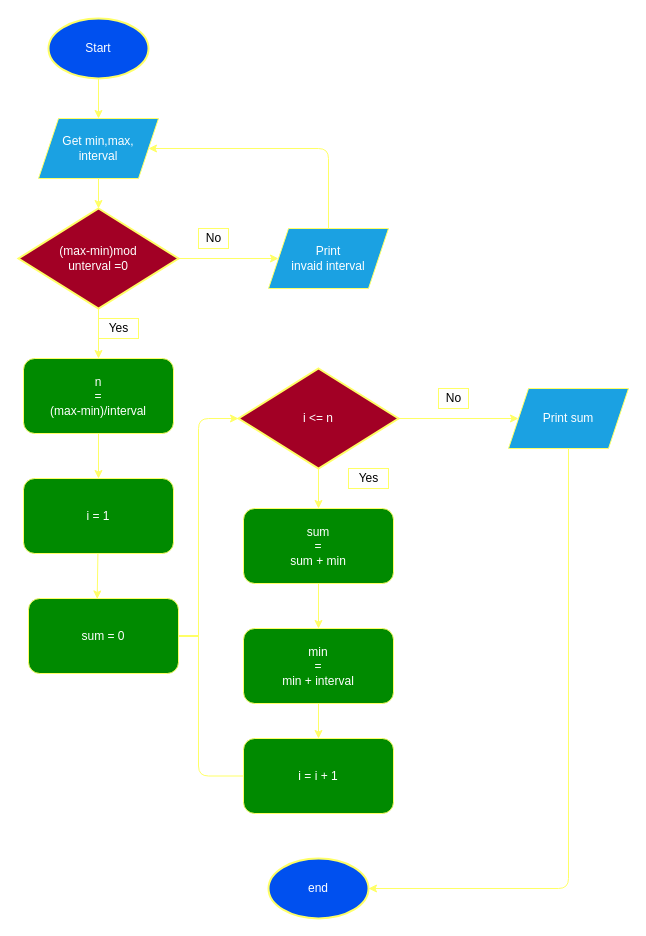
Above: Draw IO L01/work.drawio in Sonparun/Sonparun (draw.io), before the change. Source tidied: cells renumbered, new cells numbered last; positions are measured from the earlier drawing's top-left corner, leaving out a move shared by most shapes. Both pictures are drawn from the tidied source at 100%, with x=0, y=0 at pixel (18, 18).
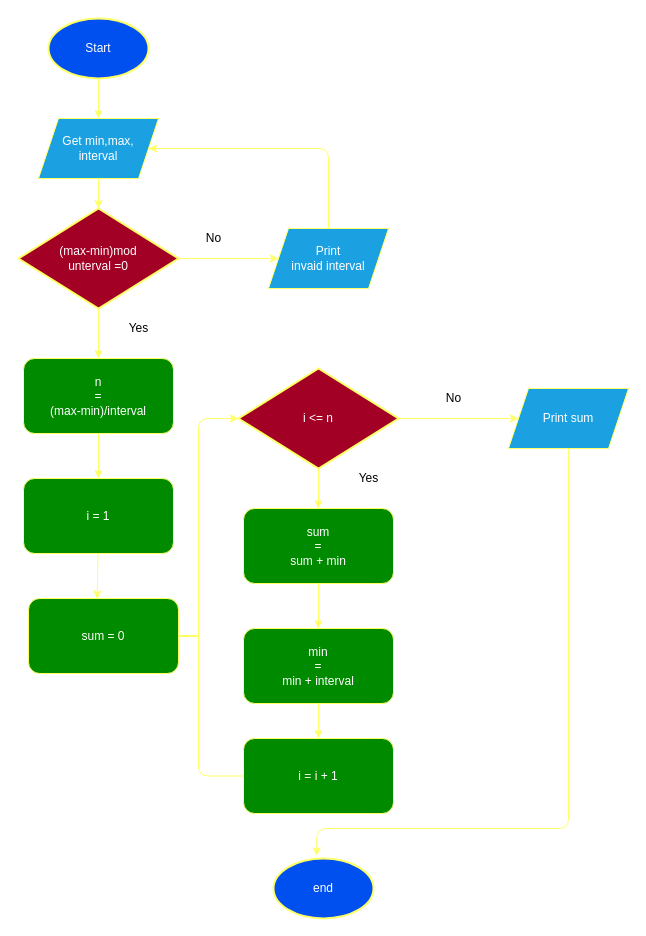
Above is the later version.

The change refers to these unchanged cells:
```xml
<mxCell id="8" value="Print sum" style="shape=parallelogram;perimeter=parallelogramPerimeter;whiteSpace=wrap;html=1;fixedSize=1;fillColor=#1ba1e2;fontColor=#ffffff;strokeColor=#FFFF66;" parent="1" vertex="1">
  <mxGeometry x="490" y="370" width="120" height="60" as="geometry" />
</mxCell>
```

What changed in the source:
```diff
@@
     <mxCell id="4" value="end" style="strokeWidth=2;html=1;shape=mxgraph.flowchart.start_1;whiteSpace=wrap;fillColor=#0050ef;fontColor=#ffffff;strokeColor=#FFFF66;" parent="1" vertex="1">
-      <mxGeometry x="250" y="840" width="100" height="60" as="geometry" />
+      <mxGeometry x="255" y="840" width="100" height="60" as="geometry" />
     </mxCell>
@@
-    <mxCell id="26" style="edgeStyle=segmentEdgeStyle;endArrow=classic;html=1;exitX=0.5;exitY=1;exitDx=0;exitDy=0;entryX=1;entryY=0.5;entryDx=0;entryDy=0;entryPerimeter=0;strokeColor=#FFFF66;" parent="1" edge="1" source="8" target="4">
+    <mxCell id="26" style="edgeStyle=segmentEdgeStyle;endArrow=classic;html=1;exitX=0.5;exitY=1;exitDx=0;exitDy=0;entryX=0.432;entryY=-0.044;entryDx=0;entryDy=0;entryPerimeter=0;strokeColor=#FFFF66;" parent="1" edge="1" source="8" target="4">
       <mxGeometry relative="1" as="geometry">
         <Array as="points">
-          <mxPoint x="550" y="870" />
+          <mxPoint x="550" y="810" />
+          <mxPoint x="298" y="810" />
         </Array>
       </mxGeometry>
     </mxCell>
@@
-    <mxCell id="30" value="Yes" style="text;html=1;align=center;verticalAlign=middle;strokeColor=#FFFF66;fillColor=none;" parent="1" vertex="1">
-      <mxGeometry x="80" y="300" width="40" height="20" as="geometry" />
-    </mxCell>
-    <mxCell id="31" value="No" style="text;html=1;align=center;verticalAlign=middle;strokeColor=#FFFF66;fillColor=none;" parent="1" vertex="1">
+    <mxCell id="31" value="No" style="text;html=1;align=center;verticalAlign=middle;strokeColor=none;fillColor=none;" parent="1" vertex="1">
       <mxGeometry x="180" y="210" width="30" height="20" as="geometry" />
     </mxCell>
-    <mxCell id="32" value="Yes" style="text;html=1;align=center;verticalAlign=middle;strokeColor=#FFFF66;fillColor=none;" parent="1" vertex="1">
+    <mxCell id="32" value="Yes" style="text;html=1;align=center;verticalAlign=middle;strokeColor=none;fillColor=none;" parent="1" vertex="1">
       <mxGeometry x="330" y="450" width="40" height="20" as="geometry" />
     </mxCell>
-    <mxCell id="33" value="No" style="text;html=1;align=center;verticalAlign=middle;strokeColor=#FFFF66;fillColor=none;" parent="1" vertex="1">
+    <mxCell id="33" value="No" style="text;html=1;align=center;verticalAlign=middle;strokeColor=none;fillColor=none;" parent="1" vertex="1">
       <mxGeometry x="420" y="370" width="30" height="20" as="geometry" />
     </mxCell>
+    <mxCell id="30" value="Yes" style="text;html=1;align=center;verticalAlign=middle;strokeColor=none;fillColor=none;" parent="1" vertex="1">
+      <mxGeometry x="100" y="300" width="40" height="20" as="geometry" />
+    </mxCell>
```
